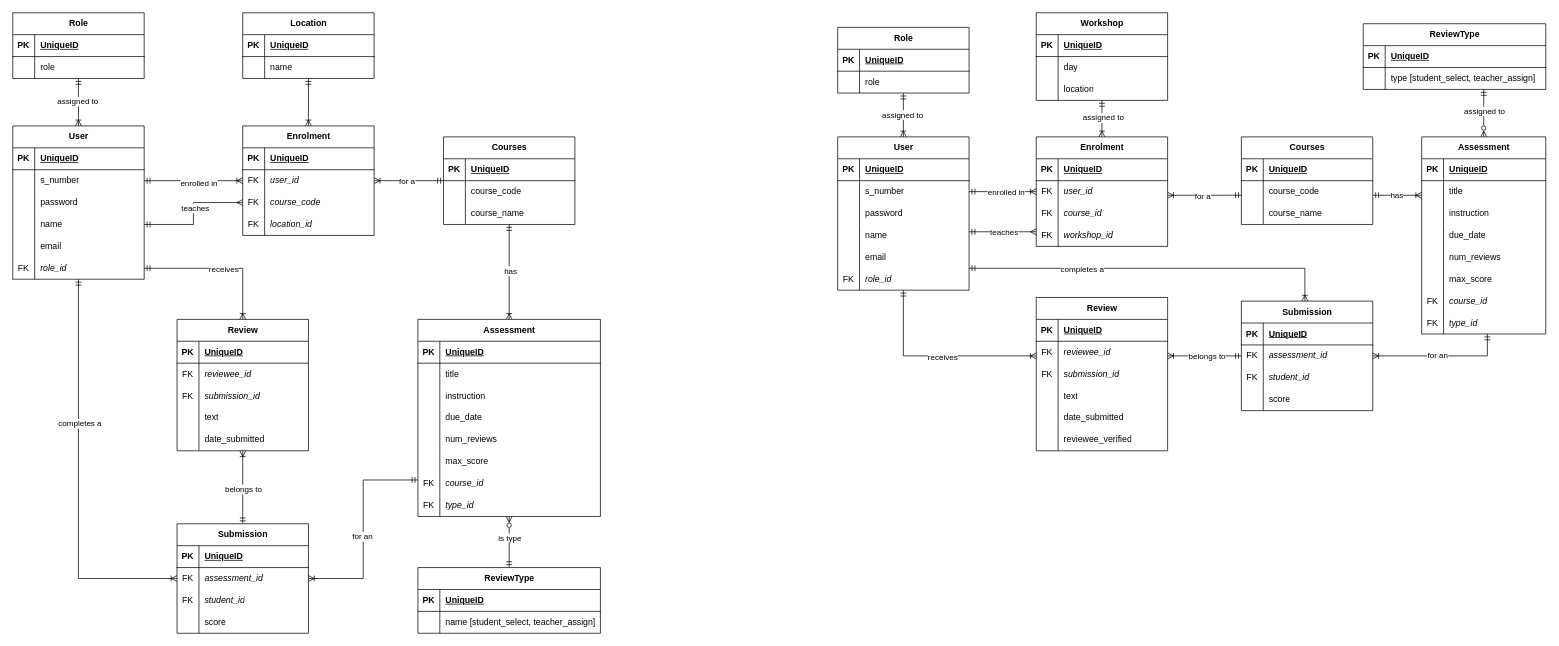
This is documentation/ERD.drawio from pieter-dutoit/wad-milestone-2, a draw.io file, before an edit. Source tidied: cells renumbered, new cells numbered last; positions are measured from the earlier drawing's top-left corner, leaving out a move shared by most shapes. Both pictures are drawn from the tidied source at 73%, with x=0, y=0 at pixel (12, 12).
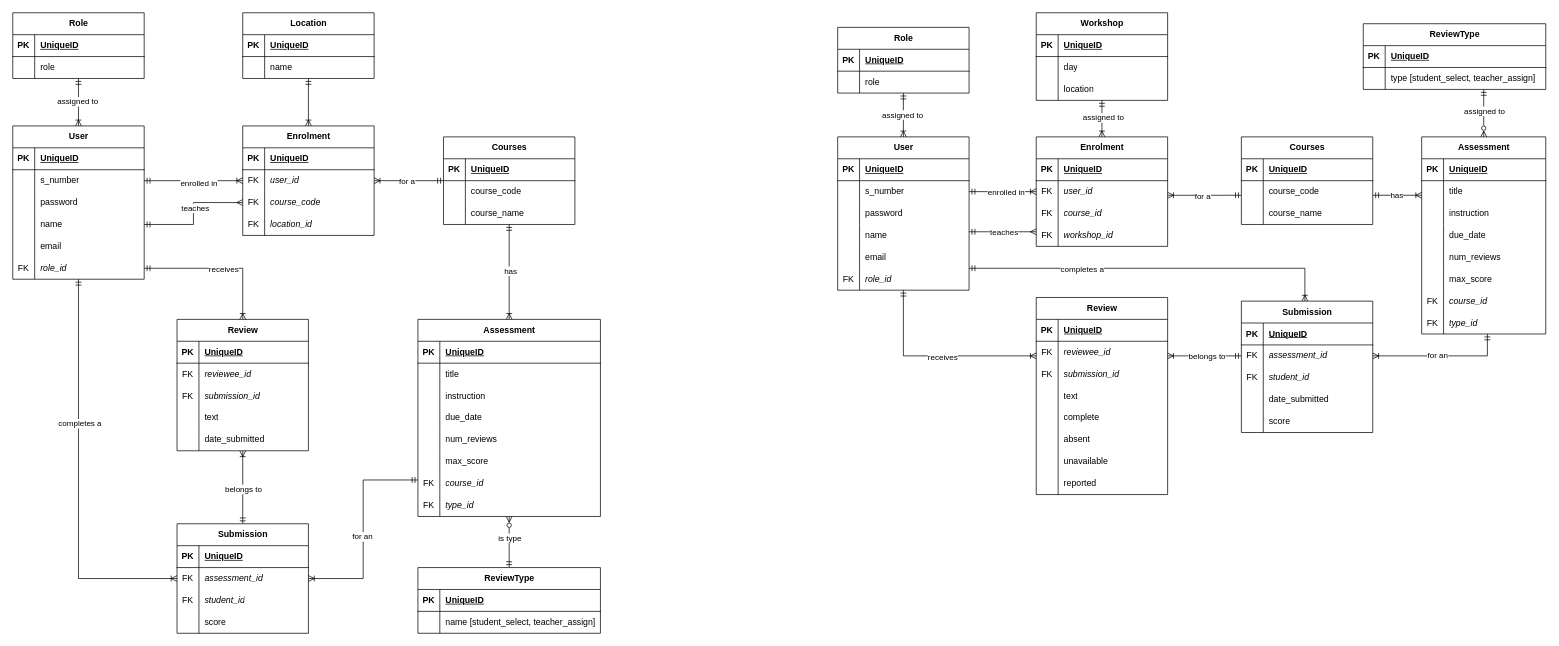
Above is the later version.

Unchanged cells that the change refers to:
```xml
<mxCell id="230" style="shape=tableRow;horizontal=0;startSize=0;swimlaneHead=0;swimlaneBody=0;fillColor=none;top=0;left=0;right=0;bottom=0;" parent="217" vertex="1">
  <mxGeometry y="150" width="180" height="30" as="geometry" />
</mxCell>
<mxCell id="233" style="shape=tableRow;horizontal=0;startSize=0;swimlaneHead=0;swimlaneBody=0;fillColor=none;top=0;left=0;right=0;bottom=0;" parent="217" vertex="1">
  <mxGeometry y="180" width="180" height="30" as="geometry" />
</mxCell>
```

What changed in the source:
```diff
@@
     <mxCell id="217" value="Review" style="shape=table;startSize=30;childLayout=tableLayout;rowLines=0;fontStyle=1;align=center;html=1;" parent="1" vertex="1">
-      <mxGeometry x="1402" y="390" width="180" height="210" as="geometry" />
+      <mxGeometry x="1402" y="390" width="180" height="270" as="geometry" />
     </mxCell>
@@
-    <mxCell id="232" value="date_submitted" style="shape=partialRectangle;fillColor=none;top=0;left=0;bottom=0;right=0;align=left;spacingLeft=6;overflow=hidden;whiteSpace=wrap;html=1;" parent="230" vertex="1">
+    <mxCell id="232" value="complete" style="shape=partialRectangle;fillColor=none;top=0;left=0;bottom=0;right=0;align=left;spacingLeft=6;overflow=hidden;whiteSpace=wrap;html=1;" parent="230" vertex="1">
       <mxGeometry x="30" width="150" height="30" as="geometry" />
     </mxCell>
@@
-    <mxCell id="235" value="reviewee_verified" style="shape=partialRectangle;fillColor=none;top=0;left=0;bottom=0;right=0;align=left;spacingLeft=6;overflow=hidden;whiteSpace=wrap;html=1;" parent="233" vertex="1">
+    <mxCell id="235" value="absent" style="shape=partialRectangle;fillColor=none;top=0;left=0;bottom=0;right=0;align=left;spacingLeft=6;overflow=hidden;whiteSpace=wrap;html=1;" parent="233" vertex="1">
       <mxGeometry x="30" width="150" height="30" as="geometry" />
     </mxCell>
+    <mxCell id="285" style="shape=tableRow;horizontal=0;startSize=0;swimlaneHead=0;swimlaneBody=0;fillColor=none;top=0;left=0;right=0;bottom=0;" parent="217" vertex="1">
+      <mxGeometry y="210" width="180" height="30" as="geometry" />
+    </mxCell>
+    <mxCell id="286" style="shape=partialRectangle;fillColor=none;top=0;left=0;bottom=0;right=0;overflow=hidden;whiteSpace=wrap;html=1;" parent="285" vertex="1">
+      <mxGeometry width="30" height="30" as="geometry" />
+    </mxCell>
+    <mxCell id="287" value="unavailable" style="shape=partialRectangle;fillColor=none;top=0;left=0;bottom=0;right=0;align=left;spacingLeft=6;overflow=hidden;whiteSpace=wrap;html=1;" parent="285" vertex="1">
+      <mxGeometry x="30" width="150" height="30" as="geometry" />
+    </mxCell>
+    <mxCell id="288" style="shape=tableRow;horizontal=0;startSize=0;swimlaneHead=0;swimlaneBody=0;fillColor=none;top=0;left=0;right=0;bottom=0;" parent="217" vertex="1">
+      <mxGeometry y="240" width="180" height="30" as="geometry" />
+    </mxCell>
+    <mxCell id="289" style="shape=partialRectangle;fillColor=none;top=0;left=0;bottom=0;right=0;overflow=hidden;whiteSpace=wrap;html=1;" parent="288" vertex="1">
+      <mxGeometry width="30" height="30" as="geometry" />
+    </mxCell>
+    <mxCell id="290" value="reported" style="shape=partialRectangle;fillColor=none;top=0;left=0;bottom=0;right=0;align=left;spacingLeft=6;overflow=hidden;whiteSpace=wrap;html=1;" parent="288" vertex="1">
+      <mxGeometry x="30" width="150" height="30" as="geometry" />
+    </mxCell>
@@
     <mxCell id="258" value="Submission" style="shape=table;startSize=30;childLayout=tableLayout;rowLines=0;fontStyle=1;align=center;html=1;" parent="1" vertex="1">
-      <mxGeometry x="1683" y="395" width="180" height="150" as="geometry" />
+      <mxGeometry x="1683" y="395" width="180" height="180" as="geometry" />
     </mxCell>
@@
+    <mxCell id="291" style="shape=tableRow;horizontal=0;startSize=0;swimlaneHead=0;swimlaneBody=0;fillColor=none;top=0;left=0;right=0;bottom=0;" parent="258" vertex="1">
+      <mxGeometry y="120" width="180" height="30" as="geometry" />
+    </mxCell>
+    <mxCell id="292" style="shape=partialRectangle;fillColor=none;top=0;left=0;bottom=0;right=0;overflow=hidden;whiteSpace=wrap;html=1;" parent="291" vertex="1">
+      <mxGeometry width="30" height="30" as="geometry" />
+    </mxCell>
+    <mxCell id="293" value="date_submitted" style="shape=partialRectangle;fillColor=none;top=0;left=0;bottom=0;right=0;align=left;spacingLeft=6;overflow=hidden;whiteSpace=wrap;html=1;" parent="291" vertex="1">
+      <mxGeometry x="30" width="150" height="30" as="geometry" />
+    </mxCell>
     <mxCell id="268" style="shape=tableRow;horizontal=0;startSize=0;swimlaneHead=0;swimlaneBody=0;fillColor=none;top=0;left=0;right=0;bottom=0;" parent="258" vertex="1">
-      <mxGeometry y="120" width="180" height="30" as="geometry" />
+      <mxGeometry y="150" width="180" height="30" as="geometry" />
     </mxCell>
```
